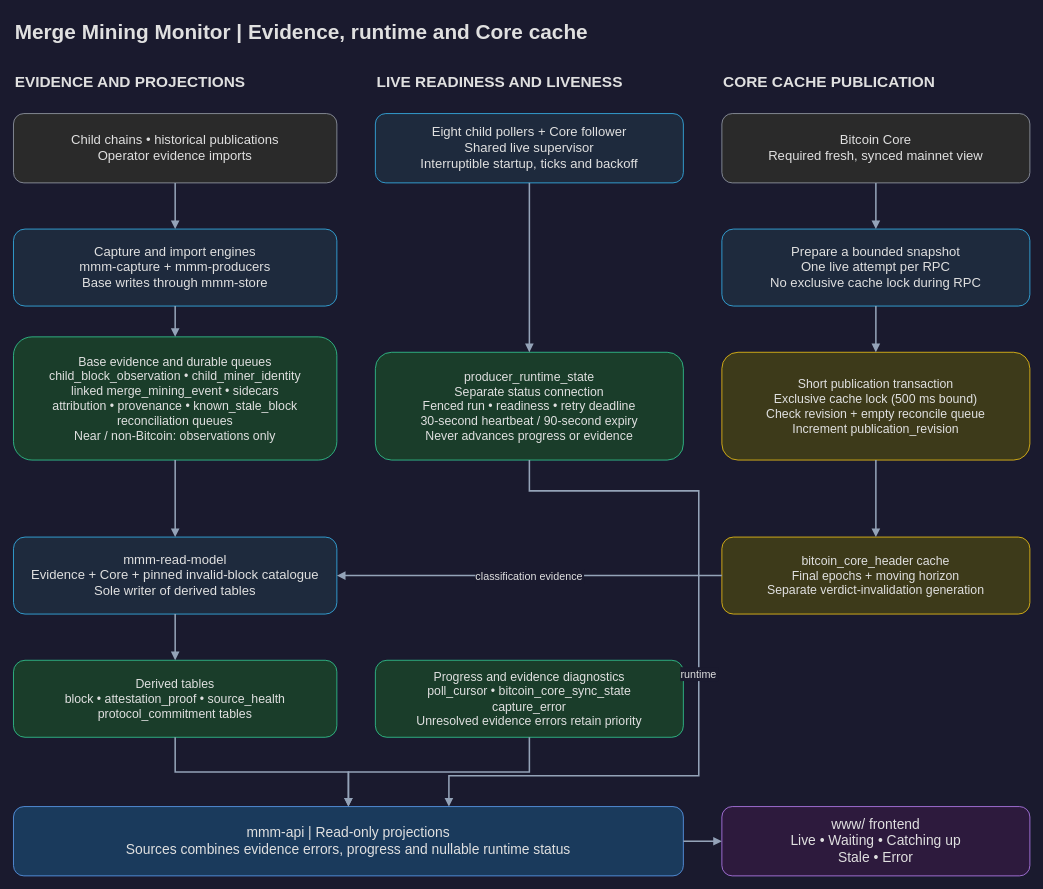
Before: docs/img/system-data-flow.drawio in deadmanoz/merge-mining-monitor, a draw.io diagram. Source tidied: cells renumbered, new cells numbered last; positions are measured from the earlier drawing's top-left corner, leaving out a move shared by most shapes. Both pictures are drawn from the tidied source at 77%, with x=0, y=0 at pixel (13, 13).
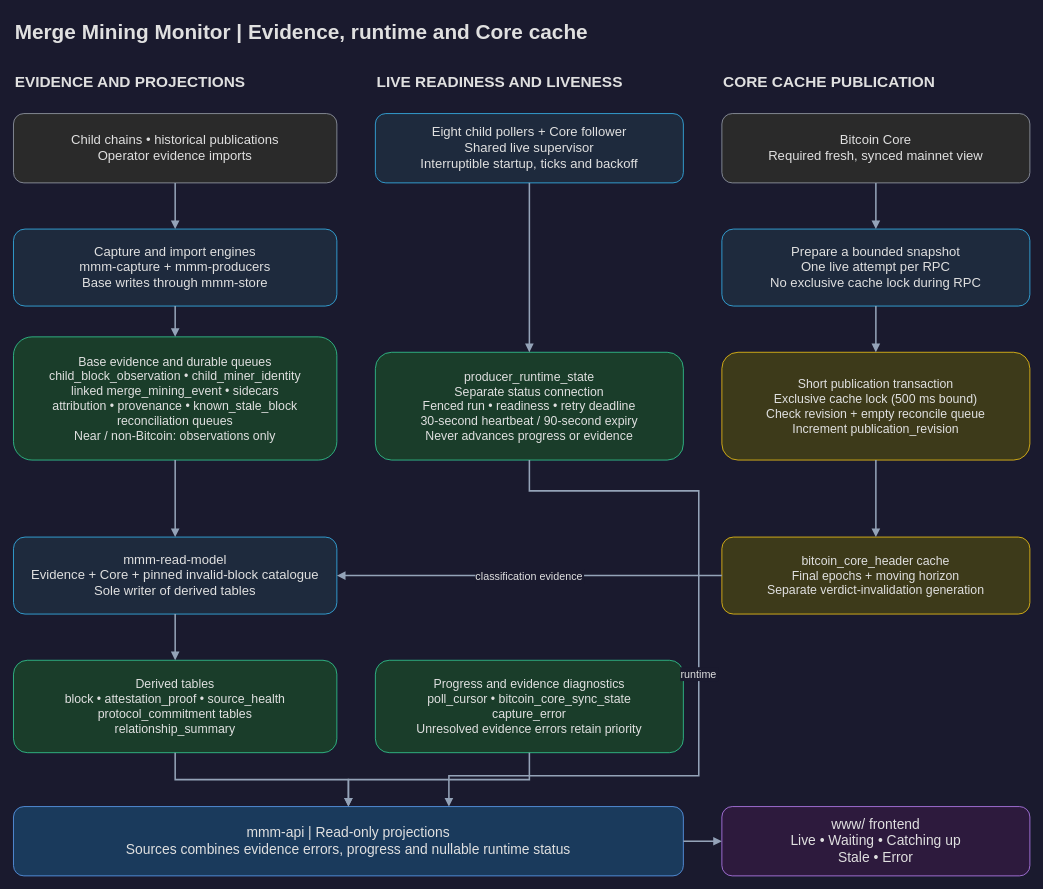
The same page after the edit.

Change to the diagram source:
```diff
@@
-    <mxCell id="10" value="Derived tables&#10;block • attestation_proof • source_health&#10;protocol_commitment tables" style="rounded=1;whiteSpace=wrap;html=0;fillColor=#1a3d2a;strokeColor=#34d399;fontColor=#E0E0E0;fontFamily=Helvetica;fontSize=16;spacing=14;" parent="1" vertex="1">
-      <mxGeometry y="840" width="420" height="100" as="geometry" />
+    <mxCell id="10" value="Derived tables&#10;block • attestation_proof • source_health&#10;protocol_commitment tables&#10;relationship_summary" style="rounded=1;whiteSpace=wrap;html=0;fillColor=#1a3d2a;strokeColor=#34d399;fontColor=#E0E0E0;fontFamily=Helvetica;fontSize=16;spacing=14;" parent="1" vertex="1">
+      <mxGeometry y="840" width="420" height="120" as="geometry" />
     </mxCell>
@@
     <mxCell id="13" value="Progress and evidence diagnostics&#10;poll_cursor • bitcoin_core_sync_state&#10;capture_error&#10;Unresolved evidence errors retain priority" style="rounded=1;whiteSpace=wrap;html=0;fillColor=#1a3d2a;strokeColor=#34d399;fontColor=#E0E0E0;fontFamily=Helvetica;fontSize=16;spacing=14;" parent="1" vertex="1">
-      <mxGeometry x="470" y="840" width="400" height="100" as="geometry" />
+      <mxGeometry x="470" y="840" width="400" height="120" as="geometry" />
     </mxCell>
```
